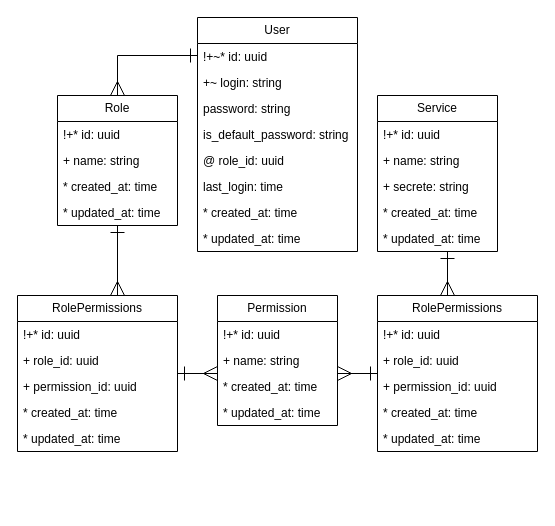
The draw.io diagram page "Auth" (11 of 12) of docs/entity_relationship.drawio in IrusHunter/duckademic, before the edit. Source tidied: cells renumbered, new cells numbered last; positions are measured from the earlier drawing's top-left corner, leaving out a move shared by most shapes. Both pictures are drawn from the tidied source at 100%, with x=0, y=0 at pixel (17, 17).
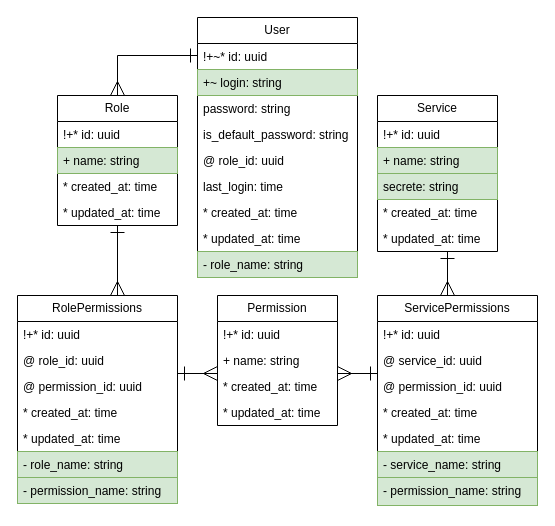
The same diagram, later.

Unchanged cells that the change refers to:
```xml
<mxCell id="7" value="Service" style="swimlane;fontStyle=0;horizontal=1;startSize=26;fillColor=none;whiteSpace=wrap;html=1;" parent="1" vertex="1">
  <mxGeometry x="360" y="78" width="120" height="156" as="geometry" />
</mxCell>
<mxCell id="13" value="Role" style="swimlane;fontStyle=0;horizontal=1;startSize=26;fillColor=none;whiteSpace=wrap;html=1;" parent="1" vertex="1">
  <mxGeometry x="40" y="78" width="120" height="130" as="geometry" />
</mxCell>
```

Diff of the diagram source:
```diff
@@
-    <mxCell id="9" value="+ name: string" style="text;strokeColor=none;fillColor=none;align=left;verticalAlign=top;spacingLeft=4;spacingRight=4;overflow=hidden;whiteSpace=wrap;html=1;" parent="7" vertex="1">
+    <mxCell id="9" value="+ name: string" style="text;strokeColor=#82b366;fillColor=#d5e8d4;align=left;verticalAlign=top;spacingLeft=4;spacingRight=4;overflow=hidden;whiteSpace=wrap;html=1;" parent="7" vertex="1">
       <mxGeometry y="52" width="120" height="26" as="geometry" />
     </mxCell>
-    <mxCell id="10" value="+ secrete: string" style="text;strokeColor=none;fillColor=none;align=left;verticalAlign=top;spacingLeft=4;spacingRight=4;overflow=hidden;whiteSpace=wrap;html=1;" parent="7" vertex="1">
+    <mxCell id="10" value="secrete: string" style="text;strokeColor=#82b366;fillColor=#d5e8d4;align=left;verticalAlign=top;spacingLeft=4;spacingRight=4;overflow=hidden;whiteSpace=wrap;html=1;" parent="7" vertex="1">
       <mxGeometry y="78" width="120" height="26" as="geometry" />
     </mxCell>
@@
-    <mxCell id="15" value="+ name: string" style="text;strokeColor=none;fillColor=none;align=left;verticalAlign=top;spacingLeft=4;spacingRight=4;overflow=hidden;whiteSpace=wrap;html=1;" parent="13" vertex="1">
+    <mxCell id="15" value="+ name: string" style="text;strokeColor=#82b366;fillColor=#d5e8d4;align=left;verticalAlign=top;spacingLeft=4;spacingRight=4;overflow=hidden;whiteSpace=wrap;html=1;" parent="13" vertex="1">
       <mxGeometry y="52" width="120" height="26" as="geometry" />
     </mxCell>
@@
     <mxCell id="18" value="RolePermissions" style="swimlane;fontStyle=0;horizontal=1;startSize=26;fillColor=none;whiteSpace=wrap;html=1;" parent="1" vertex="1">
-      <mxGeometry y="278" width="160" height="156" as="geometry" />
+      <mxGeometry y="278" width="160" height="208" as="geometry" />
     </mxCell>
@@
-    <mxCell id="20" value="+ role_id: uuid" style="text;strokeColor=none;fillColor=none;align=left;verticalAlign=top;spacingLeft=4;spacingRight=4;overflow=hidden;whiteSpace=wrap;html=1;" parent="18" vertex="1">
+    <mxCell id="20" value="@ role_id: uuid" style="text;strokeColor=none;fillColor=none;align=left;verticalAlign=top;spacingLeft=4;spacingRight=4;overflow=hidden;whiteSpace=wrap;html=1;" parent="18" vertex="1">
       <mxGeometry y="52" width="160" height="26" as="geometry" />
     </mxCell>
-    <mxCell id="21" value="+ permission_id: uuid" style="text;strokeColor=none;fillColor=none;align=left;verticalAlign=top;spacingLeft=4;spacingRight=4;overflow=hidden;whiteSpace=wrap;html=1;" parent="18" vertex="1">
+    <mxCell id="21" value="@ permission_id: uuid" style="text;strokeColor=none;fillColor=none;align=left;verticalAlign=top;spacingLeft=4;spacingRight=4;overflow=hidden;whiteSpace=wrap;html=1;" parent="18" vertex="1">
       <mxGeometry y="78" width="160" height="26" as="geometry" />
     </mxCell>
@@
+    <mxCell id="44" value="- role_name: string" style="text;strokeColor=#82b366;fillColor=#d5e8d4;align=left;verticalAlign=top;spacingLeft=4;spacingRight=4;overflow=hidden;whiteSpace=wrap;html=1;" parent="18" vertex="1">
+      <mxGeometry y="156" width="160" height="26" as="geometry" />
+    </mxCell>
+    <mxCell id="45" value="- permission_name: string" style="text;strokeColor=#82b366;fillColor=#d5e8d4;align=left;verticalAlign=top;spacingLeft=4;spacingRight=4;overflow=hidden;whiteSpace=wrap;html=1;" parent="18" vertex="1">
+      <mxGeometry y="182" width="160" height="26" as="geometry" />
+    </mxCell>
-    <mxCell id="24" value="RolePermissions" style="swimlane;fontStyle=0;horizontal=1;startSize=26;fillColor=none;whiteSpace=wrap;html=1;" parent="1" vertex="1">
-      <mxGeometry x="360" y="278" width="160" height="156" as="geometry" />
+    <mxCell id="24" value="ServicePermissions" style="swimlane;fontStyle=0;horizontal=1;startSize=26;fillColor=none;whiteSpace=wrap;html=1;" parent="1" vertex="1">
+      <mxGeometry x="360" y="278" width="160" height="210" as="geometry" />
     </mxCell>
@@
-    <mxCell id="26" value="+ role_id: uuid" style="text;strokeColor=none;fillColor=none;align=left;verticalAlign=top;spacingLeft=4;spacingRight=4;overflow=hidden;whiteSpace=wrap;html=1;" parent="24" vertex="1">
+    <mxCell id="26" value="@ service_id: uuid" style="text;strokeColor=none;fillColor=none;align=left;verticalAlign=top;spacingLeft=4;spacingRight=4;overflow=hidden;whiteSpace=wrap;html=1;" parent="24" vertex="1">
       <mxGeometry y="52" width="160" height="26" as="geometry" />
     </mxCell>
-    <mxCell id="27" value="+ permission_id: uuid" style="text;strokeColor=none;fillColor=none;align=left;verticalAlign=top;spacingLeft=4;spacingRight=4;overflow=hidden;whiteSpace=wrap;html=1;" parent="24" vertex="1">
+    <mxCell id="27" value="@ permission_id: uuid" style="text;strokeColor=none;fillColor=none;align=left;verticalAlign=top;spacingLeft=4;spacingRight=4;overflow=hidden;whiteSpace=wrap;html=1;" parent="24" vertex="1">
       <mxGeometry y="78" width="160" height="26" as="geometry" />
     </mxCell>
@@
+    <mxCell id="46" value="- service_name: string" style="text;strokeColor=#82b366;fillColor=#d5e8d4;align=left;verticalAlign=top;spacingLeft=4;spacingRight=4;overflow=hidden;whiteSpace=wrap;html=1;" parent="24" vertex="1">
+      <mxGeometry y="156" width="160" height="26" as="geometry" />
+    </mxCell>
+    <mxCell id="47" value="- permission_name: string" style="text;strokeColor=#82b366;fillColor=#d5e8d4;align=left;verticalAlign=top;spacingLeft=4;spacingRight=4;overflow=hidden;whiteSpace=wrap;html=1;" parent="24" vertex="1">
+      <mxGeometry y="182" width="160" height="28" as="geometry" />
+    </mxCell>
@@
     <mxCell id="34" value="User" style="swimlane;fontStyle=0;horizontal=1;startSize=26;fillColor=none;whiteSpace=wrap;html=1;" parent="1" vertex="1">
-      <mxGeometry x="180" width="160" height="234" as="geometry" />
+      <mxGeometry x="180" width="160" height="260" as="geometry" />
     </mxCell>
@@
-    <mxCell id="36" value="+~ login: string" style="text;strokeColor=none;fillColor=none;align=left;verticalAlign=top;spacingLeft=4;spacingRight=4;overflow=hidden;whiteSpace=wrap;html=1;" parent="34" vertex="1">
+    <mxCell id="36" value="+~ login: string" style="text;strokeColor=#82b366;fillColor=#d5e8d4;align=left;verticalAlign=top;spacingLeft=4;spacingRight=4;overflow=hidden;whiteSpace=wrap;html=1;" parent="34" vertex="1">
       <mxGeometry y="52" width="160" height="26" as="geometry" />
     </mxCell>
@@
+    <mxCell id="48" value="- role_name: string" style="text;strokeColor=#82b366;fillColor=#d5e8d4;align=left;verticalAlign=top;spacingLeft=4;spacingRight=4;overflow=hidden;whiteSpace=wrap;html=1;" parent="34" vertex="1">
+      <mxGeometry y="234" width="160" height="26" as="geometry" />
+    </mxCell>
```
